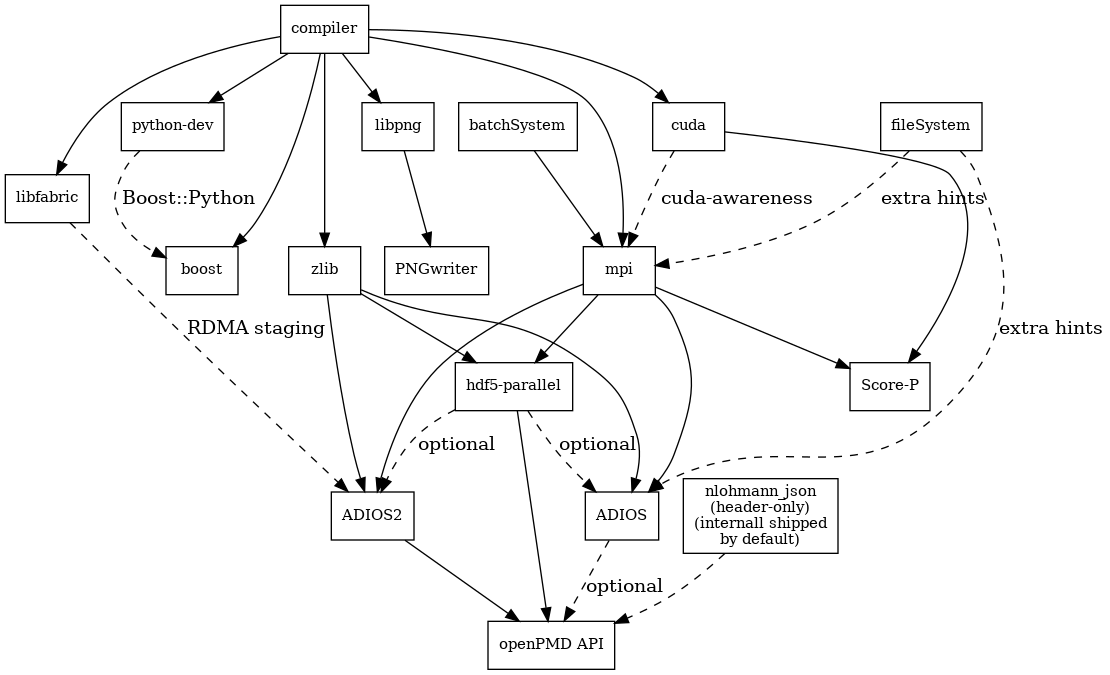
ComputationalRadiationPhysics/picongpu keeps this Graphviz diagram as libraryDependencies.png. Above is the earlier version. Its source is kept beside it as docs/source/install/libraryDependencies.dot.
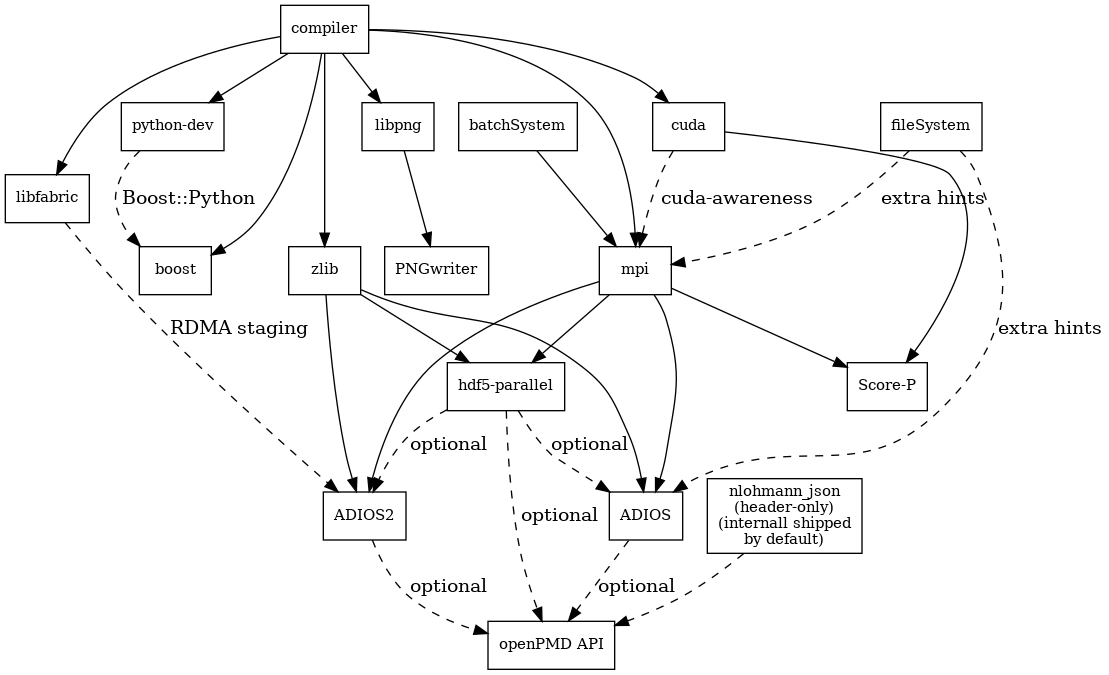
The same file after the commit.

Commit message:
Mark openPMD backend libraries as optional dependencies in the docs

The edit, as a diff of the source:
```diff
@@ -41,9 +41,9 @@
     libfabric -> adios2[style=dashed label="RDMA staging"];
 
     openpmd [label="openPMD API"];
-    adios2 -> openpmd;
+    adios2 -> openpmd [style=dashed label="optional"];
     adios -> openpmd [style=dashed label="optional"];
-    hdf5 -> openpmd;
+    hdf5 -> openpmd [style=dashed label="optional"];
     nlohmann_json [label="nlohmann_json\n(header-only)\n(internall shipped\nby default)"];
     nlohmann_json -> openpmd[style=dashed"]
 
```
